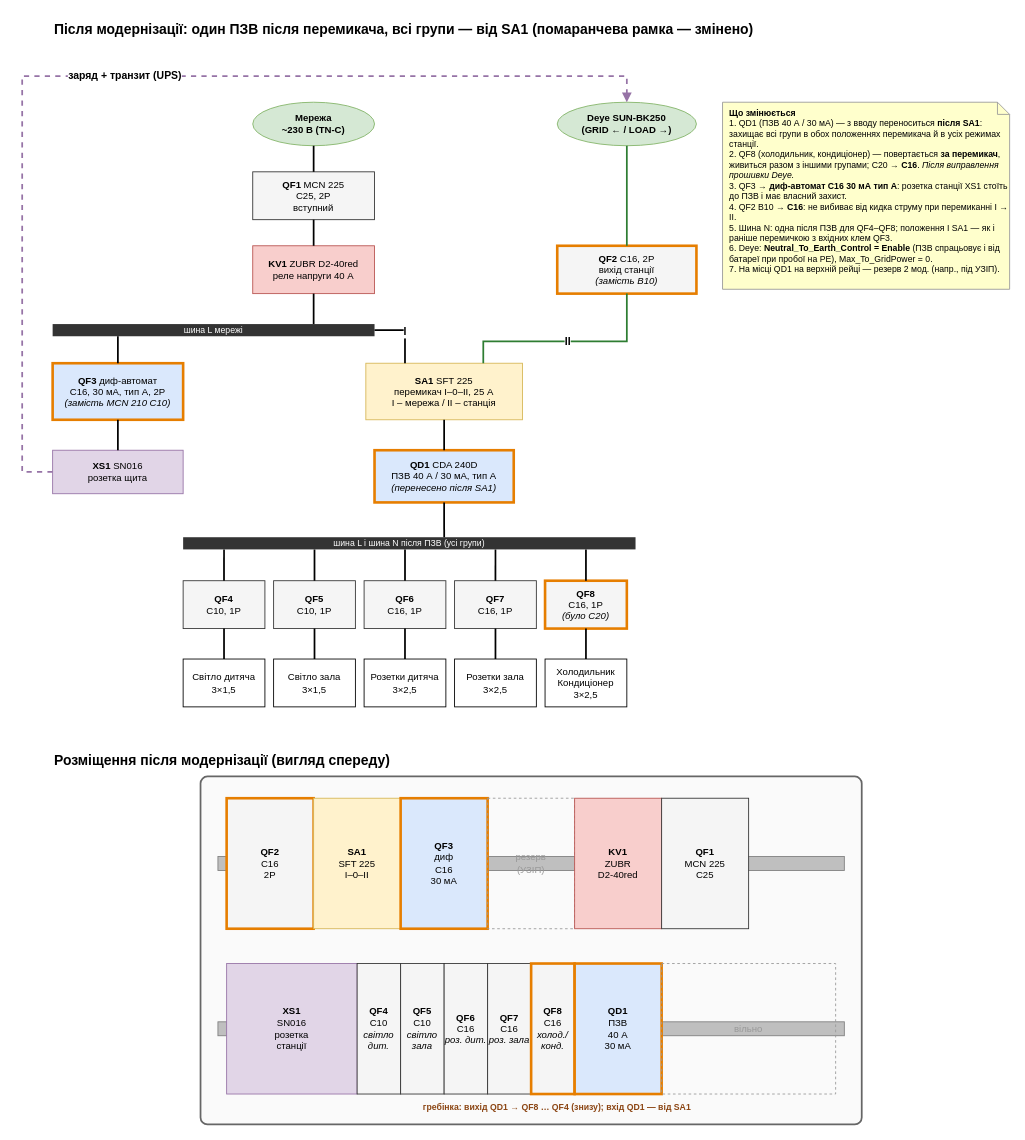
Before: page "Після модернізації" (4 of 4) of electrical-panel/shchyt.drawio in bagbkaf1n/Claude, a draw.io diagram. Source tidied: cells renumbered, new cells numbered last; positions are measured from the earlier drawing's top-left corner, leaving out a move shared by most shapes. Both pictures are drawn from the tidied source at 87%, with x=0, y=0 at pixel (22, 15).
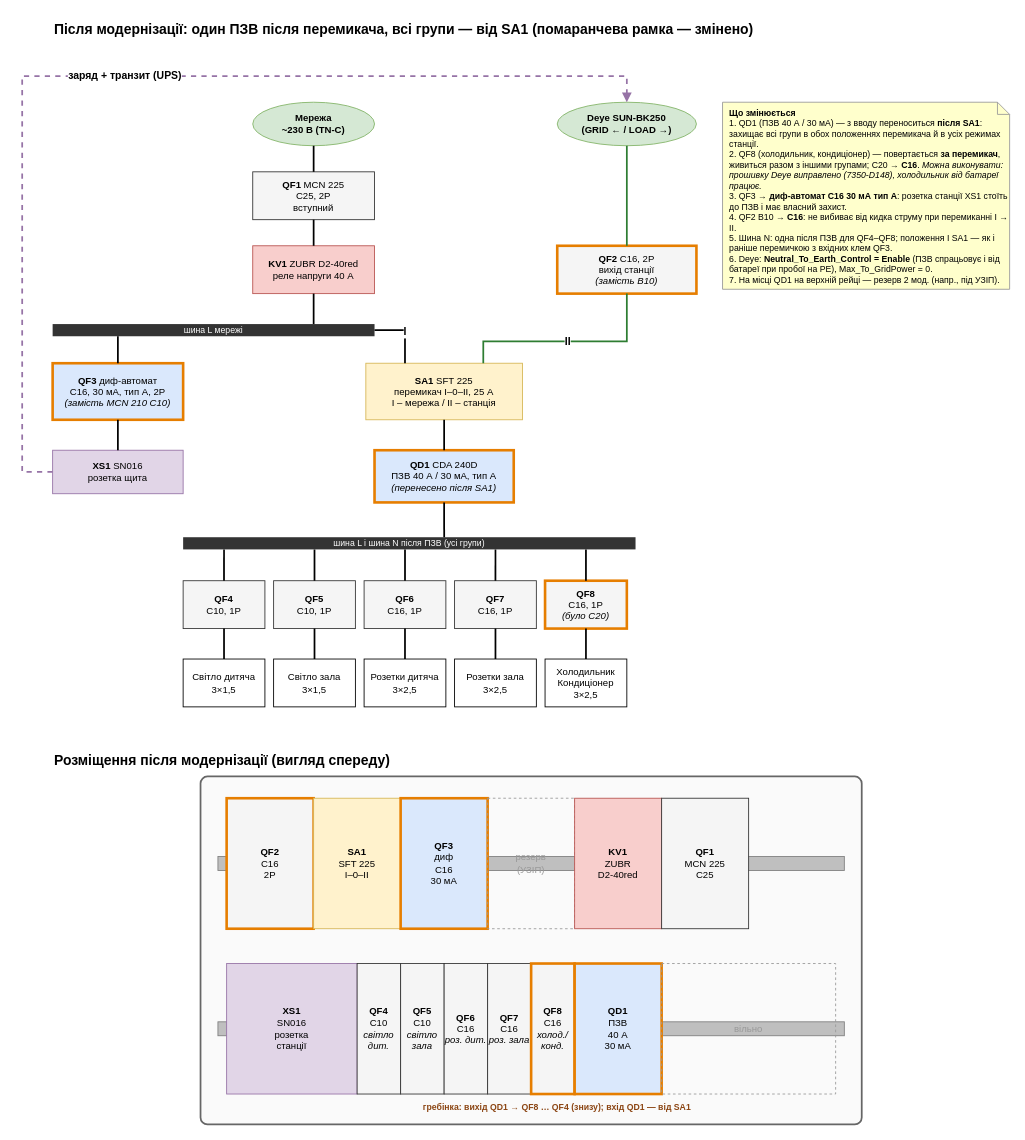
After the change.

Commit message (it also covers changes not shown here):
Upgrade page: Deye firmware fixed (7350-D148), fridge move is now possible

Claude-Session: https://claude.ai/code/session_01NfAMnHzY5E9M1jDxxPyqfB

What changed in the source:
```diff
@@
-    <mxCell id="45" value="&lt;b&gt;Що змінюється&lt;/b&gt;&lt;br&gt;1. QD1 (ПЗВ 40 А / 30 мА) — з вводу переноситься &lt;b&gt;після SA1&lt;/b&gt;: захищає всі групи в обох положеннях перемикача й в усіх режимах станції.&lt;br&gt;2. QF8 (холодильник, кондиціонер) — повертається &lt;b&gt;за перемикач&lt;/b&gt;, живиться разом з іншими групами; C20 → &lt;b&gt;C16&lt;/b&gt;. &lt;i&gt;Після виправлення прошивки Deye.&lt;/i&gt;&lt;br&gt;3. QF3 → &lt;b&gt;диф-автомат C16 30 мА тип A&lt;/b&gt;: розетка станції XS1 стоїть до ПЗВ і має власний захист.&lt;br&gt;4. QF2 B10 → &lt;b&gt;C16&lt;/b&gt;: не вибиває від кидка струму при перемиканні I → II.&lt;br&gt;5. Шина N: одна після ПЗВ для QF4–QF8; положення I SA1 — як і раніше перемичкою з вхідних клем QF3.&lt;br&gt;6. Deye: &lt;b&gt;Neutral_To_Earth_Control = Enable&lt;/b&gt; (ПЗВ спрацьовує і від батареї при пробої на PE), Max_To_GridPower = 0.&lt;br&gt;7. На місці QD1 на верхній рейці — резерв 2 мод. (напр., під УЗІП)." style="rounded=0;whiteSpace=wrap;html=1;fontSize=11;fontColor=#000000;shape=note;size=14;fillColor=#ffffcc;strokeColor=#999999;align=left;verticalAlign=top;spacingLeft=6;fontSize=10;" parent="1" vertex="1">
+    <mxCell id="45" value="&lt;b&gt;Що змінюється&lt;/b&gt;&lt;br&gt;1. QD1 (ПЗВ 40 А / 30 мА) — з вводу переноситься &lt;b&gt;після SA1&lt;/b&gt;: захищає всі групи в обох положеннях перемикача й в усіх режимах станції.&lt;br&gt;2. QF8 (холодильник, кондиціонер) — повертається &lt;b&gt;за перемикач&lt;/b&gt;, живиться разом з іншими групами; C20 → &lt;b&gt;C16&lt;/b&gt;. &lt;i&gt;Можна виконувати: прошивку Deye виправлено (7350-D148), холодильник від батареї працює.&lt;/i&gt;&lt;br&gt;3. QF3 → &lt;b&gt;диф-автомат C16 30 мА тип A&lt;/b&gt;: розетка станції XS1 стоїть до ПЗВ і має власний захист.&lt;br&gt;4. QF2 B10 → &lt;b&gt;C16&lt;/b&gt;: не вибиває від кидка струму при перемиканні I → II.&lt;br&gt;5. Шина N: одна після ПЗВ для QF4–QF8; положення I SA1 — як і раніше перемичкою з вхідних клем QF3.&lt;br&gt;6. Deye: &lt;b&gt;Neutral_To_Earth_Control = Enable&lt;/b&gt; (ПЗВ спрацьовує і від батареї при пробої на PE), Max_To_GridPower = 0.&lt;br&gt;7. На місці QD1 на верхній рейці — резерв 2 мод. (напр., під УЗІП)." style="rounded=0;whiteSpace=wrap;html=1;fontSize=11;fontColor=#000000;shape=note;size=14;fillColor=#ffffcc;strokeColor=#999999;align=left;verticalAlign=top;spacingLeft=6;fontSize=10;" parent="1" vertex="1">
       <mxGeometry x="805" y="100" width="330" height="215" as="geometry" />
     </mxCell>
```
